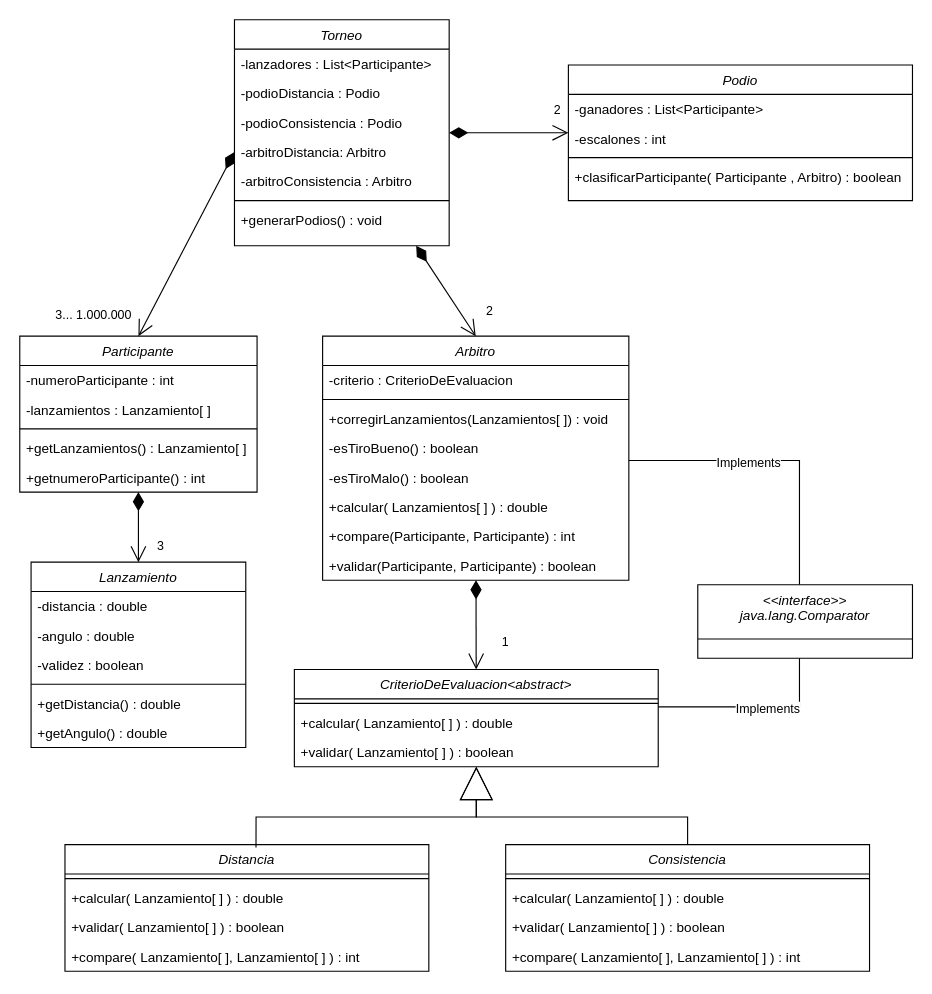
The draw.io diagram LanzandoCaber/Lanzando el cáber .drawio in Dami1223/LanzandoELCaber, before the edit. Source tidied: cells renumbered, new cells numbered last; positions are measured from the earlier drawing's top-left corner, leaving out a move shared by most shapes. Both pictures are drawn from the tidied source at 113%, with x=0, y=0 at pixel (19, 19).
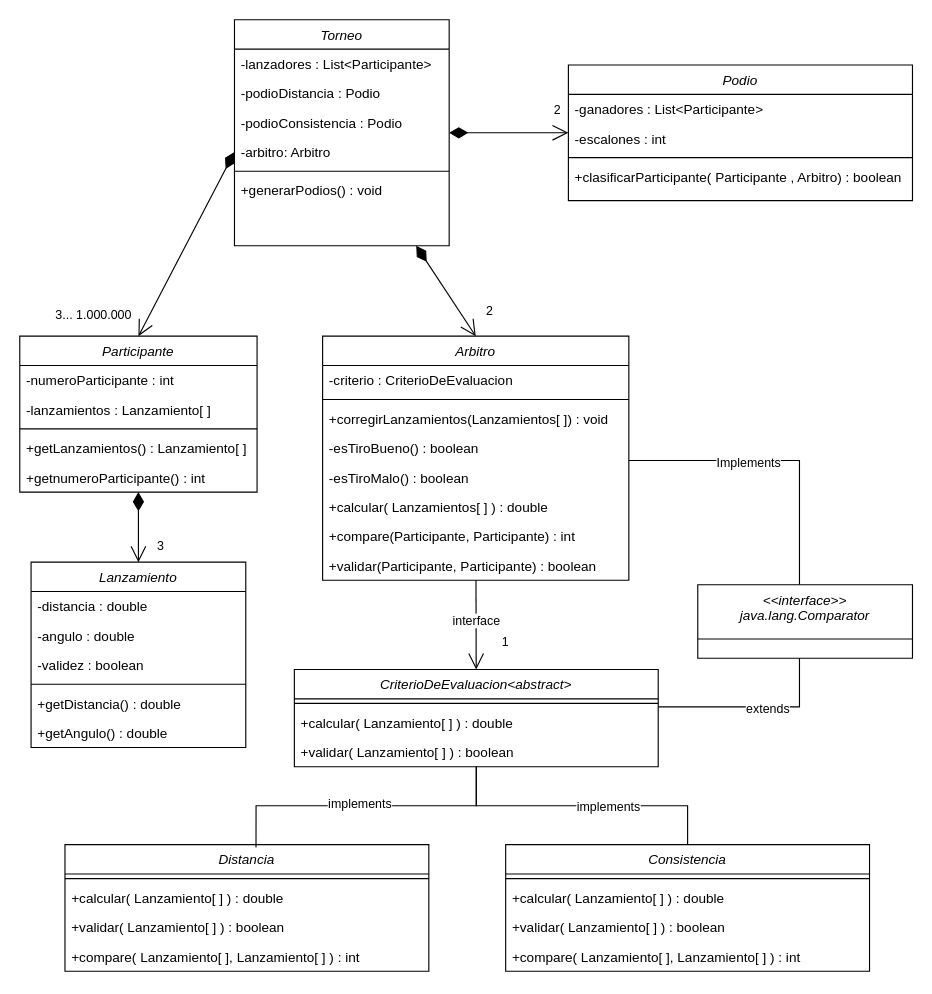
The same page after the edit.

Commit message (it also covers changes not shown here):
Se implementa Strategy en el Arbitro

Unchanged cells that the change refers to:
```xml
<mxCell id="15" value="Torneo" style="swimlane;fontStyle=2;align=center;verticalAlign=top;horizontal=1;startSize=26;rounded=0;shadow=0;strokeWidth=1;" parent="1" vertex="1">
  <mxGeometry x="190" width="190" height="200" as="geometry" />
</mxCell>
<mxCell id="30" value="Arbitro" style="swimlane;fontStyle=2;align=center;verticalAlign=top;horizontal=1;startSize=26;rounded=0;shadow=0;strokeWidth=1;" parent="1" vertex="1">
  <mxGeometry x="268" y="280" width="271" height="216" as="geometry" />
</mxCell>
<mxCell id="41" value="CriterioDeEvaluacion&lt;abstract&gt;" style="swimlane;fontStyle=2;align=center;verticalAlign=top;horizontal=1;startSize=26;rounded=0;shadow=0;strokeWidth=1;" parent="1" vertex="1">
  <mxGeometry x="243" y="575" width="322" height="86" as="geometry" />
</mxCell>
<mxCell id="45" value="Distancia" style="swimlane;fontStyle=2;align=center;verticalAlign=top;horizontal=1;startSize=26;rounded=0;shadow=0;strokeWidth=1;" parent="1" vertex="1">
  <mxGeometry x="40" y="730" width="322" height="112" as="geometry" />
</mxCell>
<mxCell id="51" value="Consistencia" style="swimlane;fontStyle=2;align=center;verticalAlign=top;horizontal=1;startSize=26;rounded=0;shadow=0;strokeWidth=1;" parent="1" vertex="1">
  <mxGeometry x="430" y="730" width="322" height="112" as="geometry" />
</mxCell>
<mxCell id="61" style="edgeStyle=orthogonalEdgeStyle;rounded=0;jettySize=auto;html=1;endArrow=none;endFill=0;endSize=27;" parent="1" edge="1" source="60" target="41">
  <mxGeometry relative="1" as="geometry">
    <Array as="points">
      <mxPoint x="690" y="608" />
    </Array>
  </mxGeometry>
</mxCell>
```

Change to the diagram source:
```diff
@@
-    <mxCell id="19" value="-arbitroDistancia: Arbitro" style="text;align=left;verticalAlign=top;spacingLeft=4;spacingRight=4;overflow=hidden;points=[[0,0.5],[1,0.5]];portConstraint=eastwest;rounded=0;shadow=0;html=0;" parent="15" vertex="1">
+    <mxCell id="19" value="-arbitro: Arbitro" style="text;align=left;verticalAlign=top;spacingLeft=4;spacingRight=4;overflow=hidden;points=[[0,0.5],[1,0.5]];portConstraint=eastwest;rounded=0;shadow=0;html=0;" parent="15" vertex="1">
       <mxGeometry y="104" width="190" height="26" as="geometry" />
     </mxCell>
-    <mxCell id="20" value="-arbitroConsistencia : Arbitro" style="text;align=left;verticalAlign=top;spacingLeft=4;spacingRight=4;overflow=hidden;rounded=0;shadow=0;html=0;" parent="15" vertex="1">
-      <mxGeometry y="130" width="190" height="26" as="geometry" />
-    </mxCell>
     <mxCell id="21" style="line;html=1;strokeWidth=1;align=left;verticalAlign=middle;spacingTop=-1;spacingLeft=3;spacingRight=3;labelPosition=right;" parent="15" vertex="1">
-      <mxGeometry y="156" width="190" height="8" as="geometry" />
+      <mxGeometry y="130" width="190" height="8" as="geometry" />
     </mxCell>
     <mxCell id="22" value="+generarPodios() : void" style="text;align=left;verticalAlign=top;spacingLeft=4;spacingRight=4;overflow=hidden;" parent="15" vertex="1">
-      <mxGeometry y="164" width="190" height="26" as="geometry" />
+      <mxGeometry y="138" width="190" height="26" as="geometry" />
     </mxCell>
@@
-    <mxCell id="50" style="edgeStyle=orthogonalEdgeStyle;rounded=0;jettySize=auto;html=1;endArrow=block;endFill=0;endSize=27;" parent="1" edge="1" source="51" target="41">
+    <mxCell id="50" style="edgeStyle=orthogonalEdgeStyle;rounded=0;jettySize=auto;html=1;endArrow=none;endFill=0;endSize=27;" parent="1" edge="1" source="51" target="41">
       <mxGeometry relative="1" as="geometry" />
     </mxCell>
+    <mxCell id="63" value="implements" style="edgeLabel;html=1;align=center;verticalAlign=middle;" parent="50" vertex="1">
+      <mxGeometry x="-0.19" y="1" relative="1" as="geometry">
+        <mxPoint x="-1" as="offset" />
+      </mxGeometry>
+    </mxCell>
@@
-    <mxCell id="56" value="1" style="endArrow=open;html=1;endSize=12;startArrow=diamondThin;startSize=14;startFill=1;align=left;verticalAlign=bottom;" parent="1" edge="1" source="30" target="41">
+    <mxCell id="56" value="1" style="endArrow=open;html=1;endSize=12;startArrow=none;startSize=14;startFill=0;align=left;verticalAlign=bottom;" parent="1" edge="1" source="30" target="41">
       <mxGeometry x="0.62" y="21" relative="1" as="geometry" />
     </mxCell>
+    <mxCell id="64" value="interface" style="edgeLabel;html=1;align=center;verticalAlign=middle;" parent="56" vertex="1">
+      <mxGeometry x="-0.42" relative="1" as="geometry">
+        <mxPoint y="13" as="offset" />
+      </mxGeometry>
+    </mxCell>
-    <mxCell id="57" style="edgeStyle=orthogonalEdgeStyle;rounded=0;jettySize=auto;html=1;endArrow=block;endFill=0;endSize=27;exitX=0.525;exitY=0.022;exitDx=0;exitDy=0;exitPerimeter=0;" parent="1" edge="1" source="45" target="41">
+    <mxCell id="57" style="edgeStyle=orthogonalEdgeStyle;rounded=0;jettySize=auto;html=1;endArrow=none;endFill=0;endSize=27;exitX=0.525;exitY=0.022;exitDx=0;exitDy=0;exitPerimeter=0;" parent="1" edge="1" source="45" target="41">
       <mxGeometry relative="1" as="geometry" />
     </mxCell>
+    <mxCell id="65" value="implements" style="edgeLabel;html=1;align=center;verticalAlign=middle;" parent="57" vertex="1">
+      <mxGeometry x="0.09" y="3" relative="1" as="geometry">
+        <mxPoint x="-17" y="1" as="offset" />
+      </mxGeometry>
+    </mxCell>
@@
-    <mxCell id="62" value="Implements" style="edgeLabel;html=1;align=center;verticalAlign=middle;" parent="61" vertex="1">
+    <mxCell id="62" value="extends" style="edgeLabel;html=1;align=center;verticalAlign=middle;" parent="61" vertex="1">
       <mxGeometry x="0.2" y="1" relative="1" as="geometry">
         <mxPoint x="29" as="offset" />
       </mxGeometry>
     </mxCell>
```
